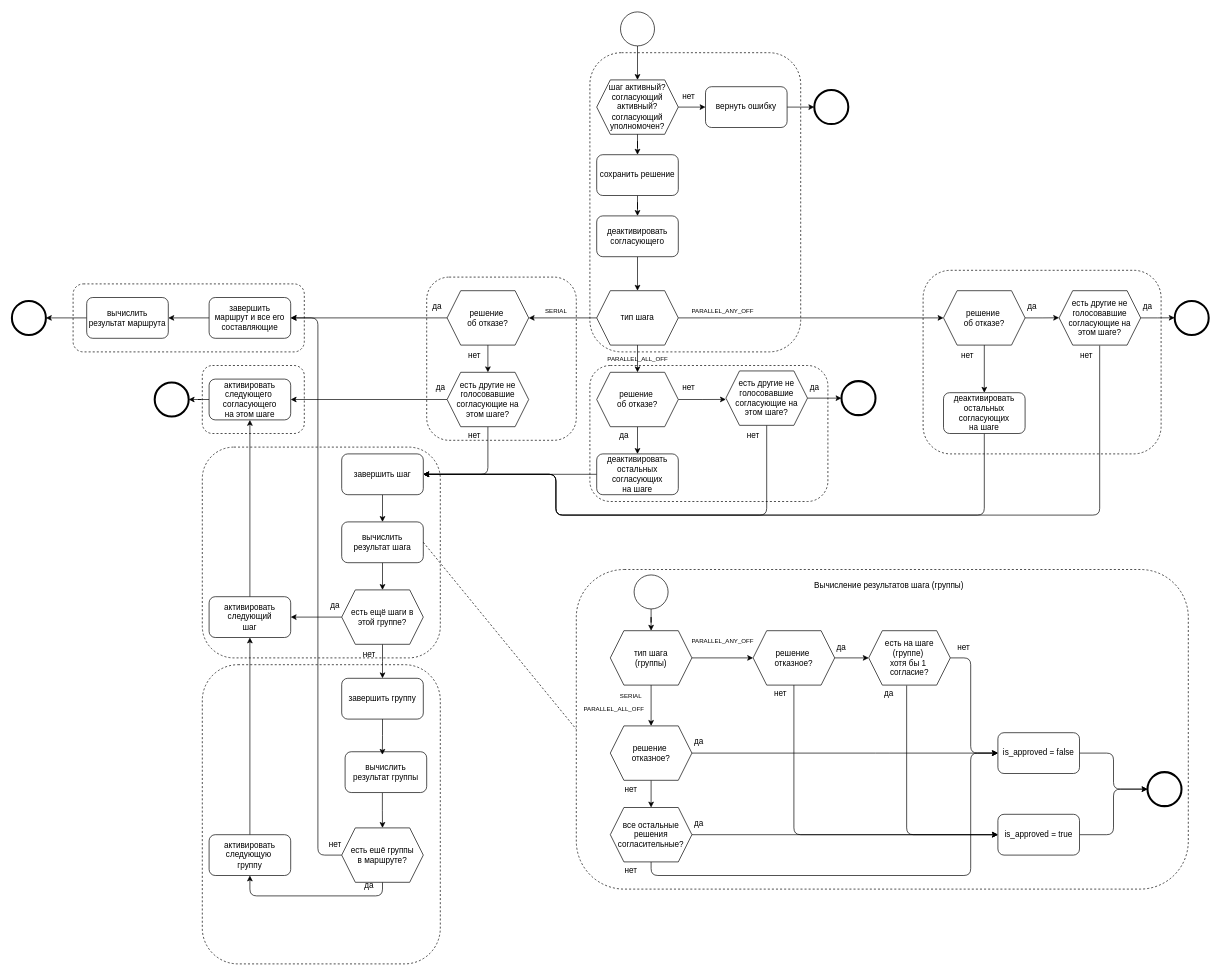
MikhailEpatko/approve keeps this draw.io diagram as docs/make-decision-sequence.drawio. Above is the earlier version. Source tidied: cells renumbered, new cells numbered last; positions are measured from the earlier drawing's top-left corner, leaving out a move shared by most shapes. Both pictures are drawn from the tidied source at 68%, with x=0, y=0 at pixel (12, 12).
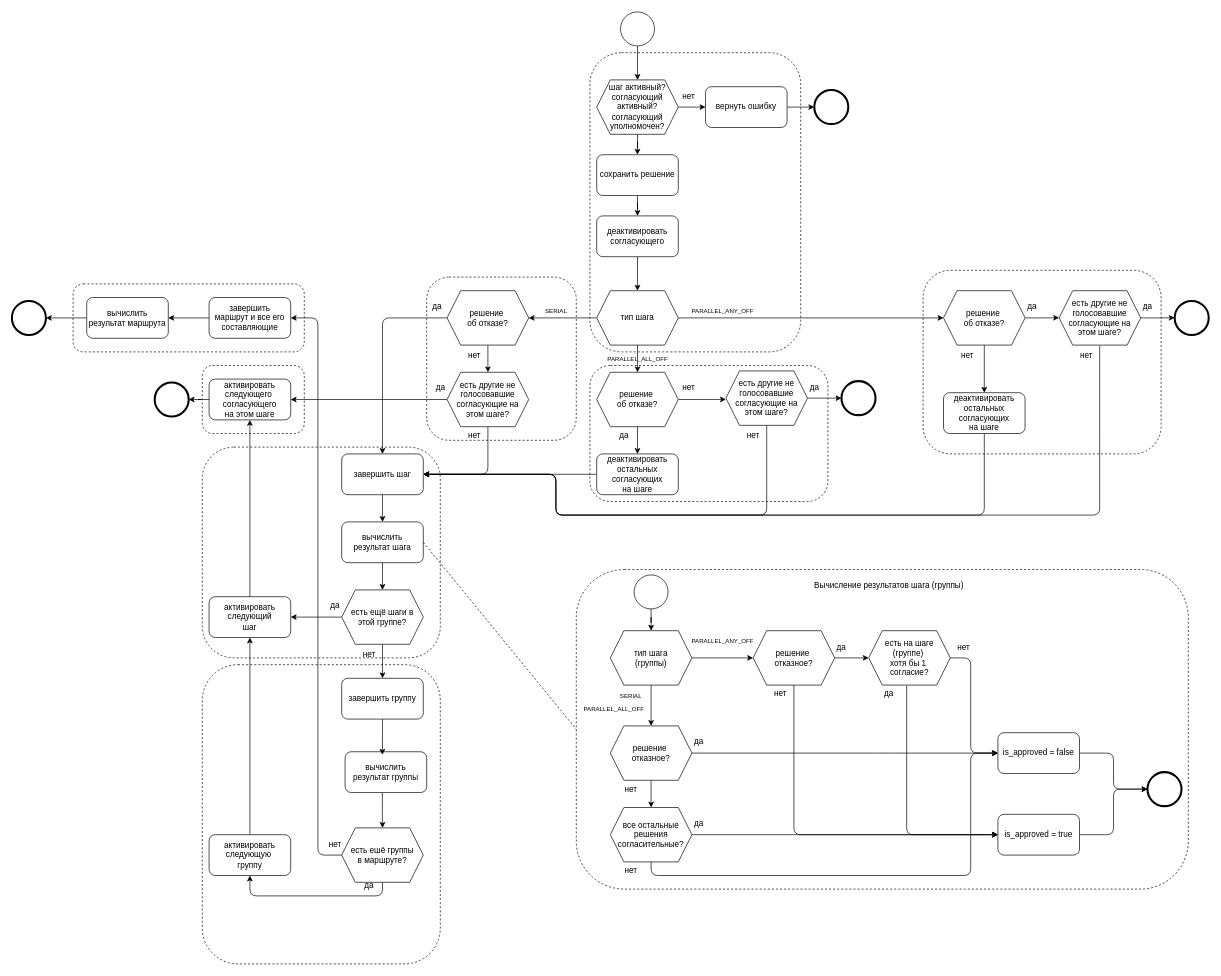
The same diagram, later.

The change refers to these unchanged cells:
```xml
<mxCell id="30" value="решение&amp;nbsp;&lt;div&gt;об отказе?&lt;/div&gt;" style="shape=hexagon;perimeter=hexagonPerimeter2;whiteSpace=wrap;html=1;fixedSize=1;" parent="1" vertex="1">
  <mxGeometry x="640" y="410" width="120" height="80" as="geometry" />
</mxCell>
<mxCell id="33" value="завершить&lt;div&gt;маршрут и все его составляющие&lt;/div&gt;" style="rounded=1;whiteSpace=wrap;html=1;" parent="1" vertex="1">
  <mxGeometry x="290" y="420" width="120" height="60" as="geometry" />
</mxCell>
<mxCell id="61" value="завершить шаг" style="rounded=1;whiteSpace=wrap;html=1;" parent="1" vertex="1">
  <mxGeometry x="485" y="650" width="120" height="60" as="geometry" />
</mxCell>
```

The edit, as a diff of the source:
```diff
@@
-    <mxCell id="28" style="edgeStyle=orthogonalEdgeStyle;rounded=0;jettySize=auto;html=1;" parent="1" edge="1" source="30" target="33">
+    <mxCell id="28" style="edgeStyle=orthogonalEdgeStyle;rounded=1;jettySize=auto;html=1;entryX=0.5;entryY=0;entryDx=0;entryDy=0;curved=0;" parent="1" edge="1" source="30" target="61">
       <mxGeometry relative="1" as="geometry" />
     </mxCell>
```
